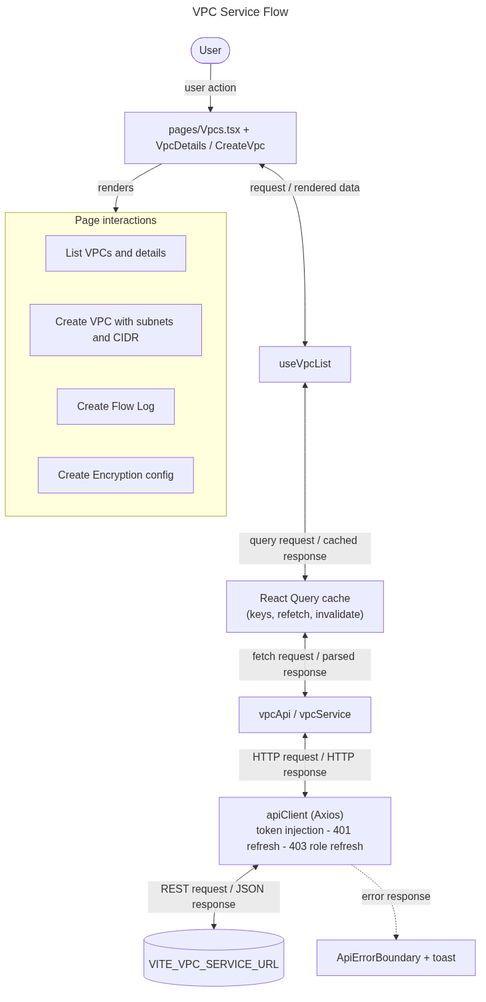
Earlier version of the Mermaid export docs/flowcharts/png/vpc.png (sayeeduddinofficial/user-table-view). Its source is kept beside it as docs/flowcharts/vpc.mmd. Source of this version:
```mermaid
---
title: VPC Service Flow
---
flowchart TD
  U([User]) -->|"user action"| P["pages/Vpcs.tsx + VpcDetails / CreateVpc"]
  P <-->|"request / rendered data"| H["useVpcList"]
  H <-->|"query request / cached response"| Q["React Query cache<br/>(keys, refetch, invalidate)"]
  Q <-->|"fetch request / parsed response"| A["vpcApi / vpcService"]
  A <-->|"HTTP request / HTTP response"| C["apiClient (Axios)<br/>token injection - 401 refresh - 403 role refresh"]
  C <-->|"REST request / JSON response"| S[("VITE_VPC_SERVICE_URL")]
  P -->|"renders"| UI
  subgraph UI[Page interactions]
    S0["List VPCs and details"]
    S1["Create VPC with subnets and CIDR"]
    S2["Create Flow Log"]
    S3["Create Encryption config"]
  end
  C -. "error response" .-> E["ApiErrorBoundary + toast"]
```
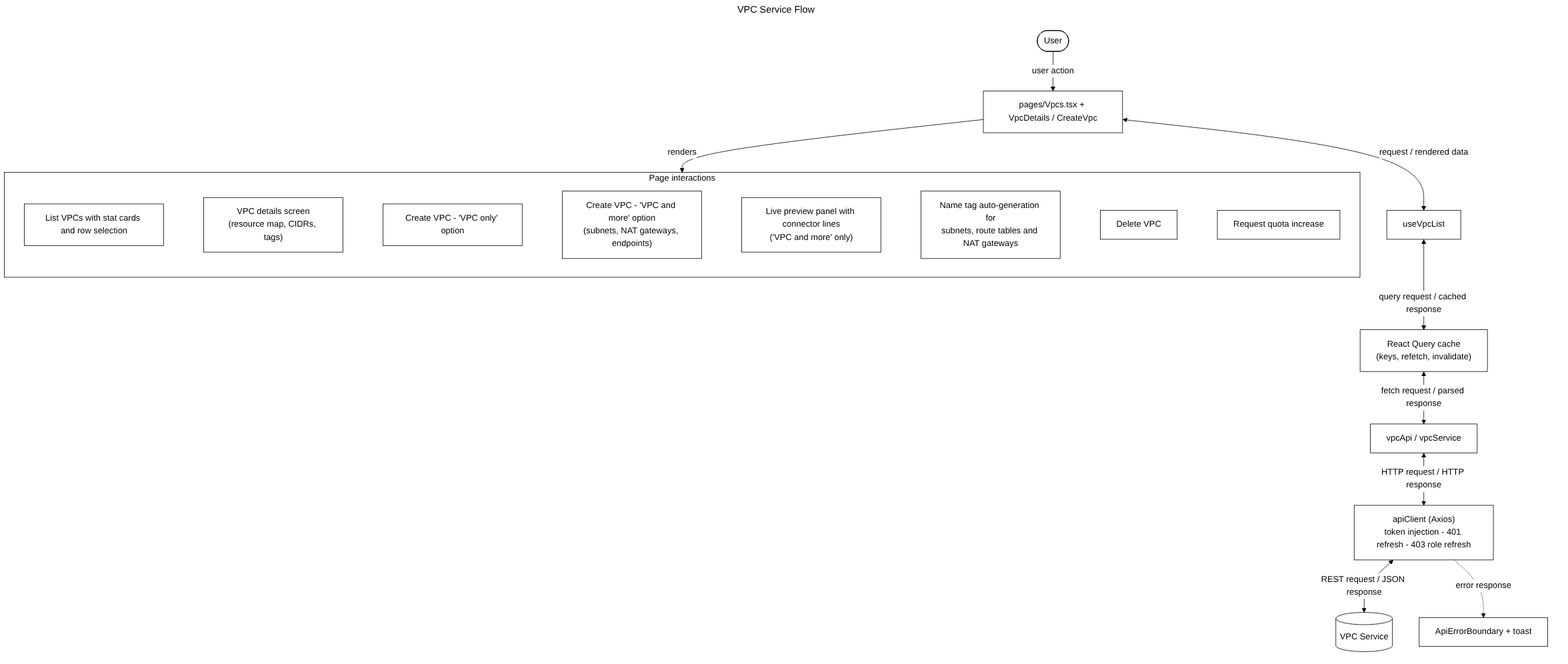
Above is the later version.

The edit, as a diff of the source:
```diff
@@ -7,12 +7,18 @@
   H <-->|"query request / cached response"| Q["React Query cache<br/>(keys, refetch, invalidate)"]
   Q <-->|"fetch request / parsed response"| A["vpcApi / vpcService"]
   A <-->|"HTTP request / HTTP response"| C["apiClient (Axios)<br/>token injection - 401 refresh - 403 role refresh"]
-  C <-->|"REST request / JSON response"| S[("VITE_VPC_SERVICE_URL")]
+  C <-->|"REST request / JSON response"| S[("VPC Service")]
   P -->|"renders"| UI
   subgraph UI[Page interactions]
-    S0["List VPCs and details"]
-    S1["Create VPC with subnets and CIDR"]
-    S2["Create Flow Log"]
-    S3["Create Encryption config"]
+    direction LR
+    S0["List VPCs with stat cards and row selection"]
+    S1["VPC details screen<br/>(resource map, CIDRs, tags)"]
+    S2["Create VPC - 'VPC only' option"]
+    S3["Create VPC - 'VPC and more' option<br/>(subnets, NAT gateways, endpoints)"]
+    S4["Live preview panel with connector lines<br/>('VPC and more' only)"]
+    S5["Name tag auto-generation for<br/>subnets, route tables and NAT gateways"]
+    S6["Delete VPC"]
+    S7["Request quota increase"]
+    S0 ~~~ S1 ~~~ S2 ~~~ S3 ~~~ S4 ~~~ S5 ~~~ S6 ~~~ S7
   end
   C -. "error response" .-> E["ApiErrorBoundary + toast"]
```
